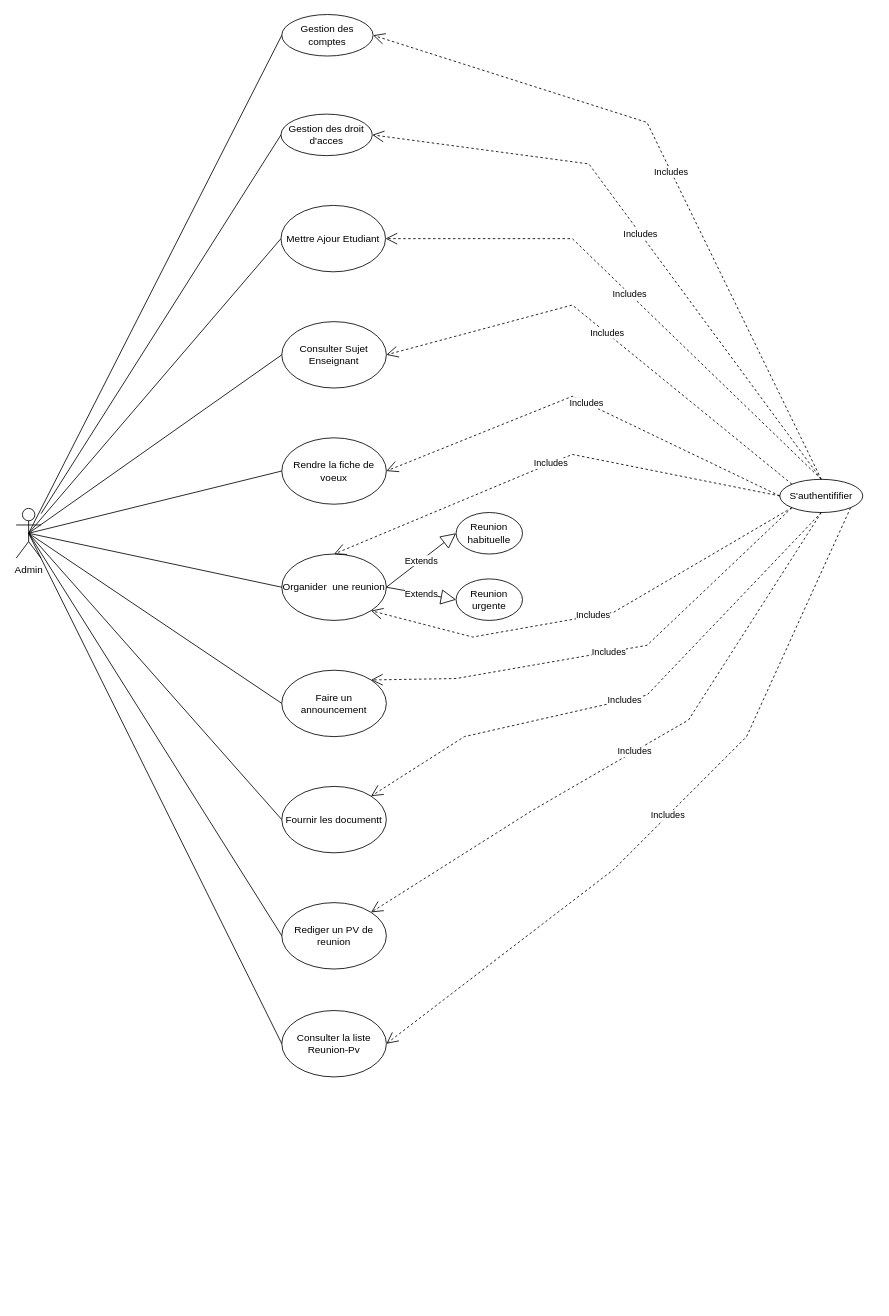
The draw.io diagram diagrams/useCasesAdmin.drawio in stormsidali2001/PFE_third_year_school_project_front, before the edit. Source tidied: cells renumbered, new cells numbered last; positions are measured from the earlier drawing's top-left corner, leaving out a move shared by most shapes. Both pictures are drawn from the tidied source at 83%, with x=0, y=0 at pixel (16, 14).
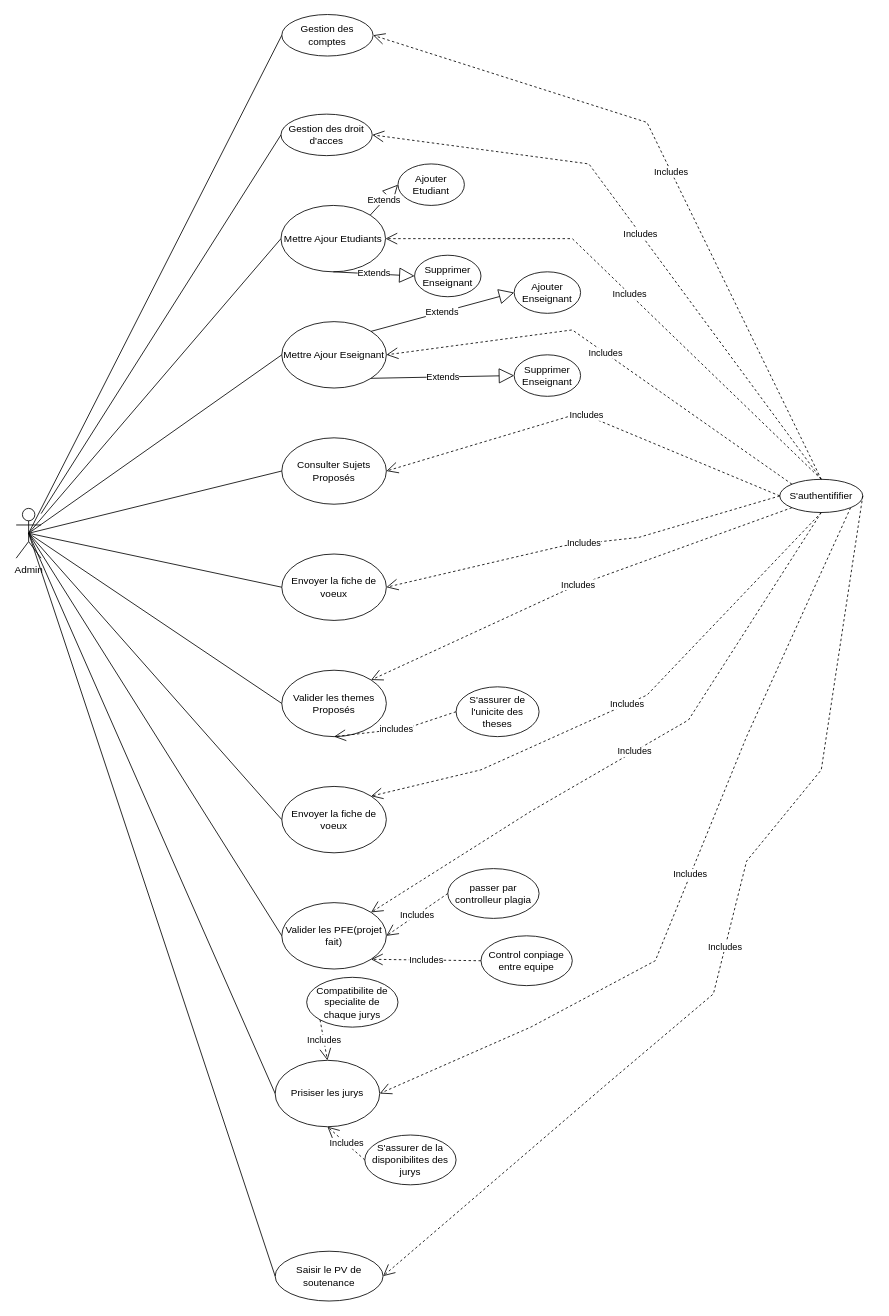
The same diagram, later.

Unchanged cells that the change refers to:
```xml
<mxCell id="2" value="Admin&lt;br&gt;" style="shape=umlActor;verticalLabelPosition=bottom;verticalAlign=top;html=1;outlineConnect=0;" parent="1" vertex="1">
  <mxGeometry y="595" width="30" height="60" as="geometry" />
</mxCell>
<mxCell id="27" value="S'authentififier" style="ellipse;whiteSpace=wrap;html=1;" parent="1" vertex="1">
  <mxGeometry x="920" y="560" width="100" height="40" as="geometry" />
</mxCell>
```

The edit, as a diff of the source:
```diff
@@
-    <mxCell id="5" value="Mettre Ajour Etudiant" style="ellipse;whiteSpace=wrap;html=1;" parent="1" vertex="1">
+    <mxCell id="5" value="Mettre Ajour Etudiants" style="ellipse;whiteSpace=wrap;html=1;" parent="1" vertex="1">
       <mxGeometry x="319" y="230" width="126" height="80" as="geometry" />
     </mxCell>
-    <mxCell id="6" value="Consulter Sujet Enseignant" style="ellipse;whiteSpace=wrap;html=1;" parent="1" vertex="1">
+    <mxCell id="6" value="Mettre Ajour Eseignant" style="ellipse;whiteSpace=wrap;html=1;" parent="1" vertex="1">
       <mxGeometry x="320" y="370" width="126" height="80" as="geometry" />
     </mxCell>
-    <mxCell id="7" value="Rendre la fiche de voeux" style="ellipse;whiteSpace=wrap;html=1;" parent="1" vertex="1">
+    <mxCell id="7" value="Consulter Sujets Proposés" style="ellipse;whiteSpace=wrap;html=1;" parent="1" vertex="1">
       <mxGeometry x="320" y="510" width="126" height="80" as="geometry" />
     </mxCell>
-    <mxCell id="8" value="Organider&amp;nbsp; une reunion" style="ellipse;whiteSpace=wrap;html=1;" parent="1" vertex="1">
+    <mxCell id="8" value="Envoyer la fiche de voeux" style="ellipse;whiteSpace=wrap;html=1;" parent="1" vertex="1">
       <mxGeometry x="320" y="650" width="126" height="80" as="geometry" />
     </mxCell>
-    <mxCell id="9" value="Reunion urgente" style="ellipse;whiteSpace=wrap;html=1;" parent="1" vertex="1">
-      <mxGeometry x="530" y="680" width="80" height="50" as="geometry" />
-    </mxCell>
-    <mxCell id="10" value="Extends" style="endArrow=block;endSize=16;endFill=0;html=1;rounded=0;exitX=1;exitY=0.5;exitDx=0;exitDy=0;entryX=0;entryY=0.5;entryDx=0;entryDy=0;" parent="1" edge="1" source="8" target="12">
-      <mxGeometry relative="1" as="geometry" />
-    </mxCell>
-    <mxCell id="11" value="Extends" style="endArrow=block;endSize=16;endFill=0;html=1;rounded=0;exitX=1;exitY=0.5;exitDx=0;exitDy=0;entryX=0;entryY=0.5;entryDx=0;entryDy=0;" parent="1" edge="1" source="8" target="9">
-      <mxGeometry relative="1" as="geometry" />
-    </mxCell>
-    <mxCell id="12" value="Reunion habituelle" style="ellipse;whiteSpace=wrap;html=1;" parent="1" vertex="1">
-      <mxGeometry x="530" y="600" width="80" height="50" as="geometry" />
-    </mxCell>
-    <mxCell id="13" value="Faire un announcement" style="ellipse;whiteSpace=wrap;html=1;" parent="1" vertex="1">
+    <mxCell id="13" value="Valider les themes Proposés" style="ellipse;whiteSpace=wrap;html=1;" parent="1" vertex="1">
       <mxGeometry x="320" y="790" width="126" height="80" as="geometry" />
     </mxCell>
-    <mxCell id="14" value="Fournir les documentt" style="ellipse;whiteSpace=wrap;html=1;" parent="1" vertex="1">
+    <mxCell id="14" value="Envoyer la fiche de voeux" style="ellipse;whiteSpace=wrap;html=1;" parent="1" vertex="1">
       <mxGeometry x="320" y="930" width="126" height="80" as="geometry" />
     </mxCell>
-    <mxCell id="15" value="Rediger un PV de reunion" style="ellipse;whiteSpace=wrap;html=1;" parent="1" vertex="1">
+    <mxCell id="15" value="Valider les PFE(projet fait)" style="ellipse;whiteSpace=wrap;html=1;" parent="1" vertex="1">
       <mxGeometry x="320" y="1070" width="126" height="80" as="geometry" />
     </mxCell>
-    <mxCell id="16" value="Consulter la liste Reunion-Pv" style="ellipse;whiteSpace=wrap;html=1;" parent="1" vertex="1">
-      <mxGeometry x="320" y="1200" width="126" height="80" as="geometry" />
+    <mxCell id="16" value="Prisiser les jurys" style="ellipse;whiteSpace=wrap;html=1;" parent="1" vertex="1">
+      <mxGeometry x="312" y="1260" width="126" height="80" as="geometry" />
     </mxCell>
@@
     <mxCell id="31" value="Includes" style="endArrow=open;endSize=12;dashed=1;html=1;rounded=0;entryX=1;entryY=0.5;entryDx=0;entryDy=0;exitX=0;exitY=0;exitDx=0;exitDy=0;" parent="1" edge="1" source="27" target="6">
       <mxGeometry relative="1" as="geometry">
         <Array as="points">
-          <mxPoint x="670" y="350" />
+          <mxPoint x="670" y="380" />
         </Array>
       </mxGeometry>
     </mxCell>
     <mxCell id="32" value="Includes" style="endArrow=open;endSize=12;dashed=1;html=1;rounded=0;entryX=1;entryY=0.5;entryDx=0;entryDy=0;exitX=0;exitY=0.5;exitDx=0;exitDy=0;" parent="1" edge="1" source="27" target="7">
       <mxGeometry relative="1" as="geometry">
         <Array as="points">
-          <mxPoint x="670" y="460" />
+          <mxPoint x="680" y="480" />
         </Array>
       </mxGeometry>
     </mxCell>
-    <mxCell id="33" value="Includes" style="endArrow=open;endSize=12;dashed=1;html=1;rounded=0;entryX=0.5;entryY=0;entryDx=0;entryDy=0;exitX=0;exitY=0.5;exitDx=0;exitDy=0;" parent="1" edge="1" source="27" target="8">
+    <mxCell id="33" value="Includes" style="endArrow=open;endSize=12;dashed=1;html=1;rounded=0;entryX=1;entryY=0.5;entryDx=0;entryDy=0;exitX=0;exitY=0.5;exitDx=0;exitDy=0;" parent="1" edge="1" source="27" target="8">
       <mxGeometry relative="1" as="geometry">
         <Array as="points">
-          <mxPoint x="670" y="530" />
+          <mxPoint x="750" y="630" />
+          <mxPoint x="660" y="640" />
         </Array>
       </mxGeometry>
     </mxCell>
-    <mxCell id="34" value="Includes" style="endArrow=open;endSize=12;dashed=1;html=1;rounded=0;entryX=1;entryY=1;entryDx=0;entryDy=0;exitX=0;exitY=1;exitDx=0;exitDy=0;" parent="1" edge="1" source="27" target="8">
-      <mxGeometry relative="1" as="geometry">
-        <Array as="points">
-          <mxPoint x="720" y="720" />
-          <mxPoint x="550" y="750" />
-        </Array>
-      </mxGeometry>
-    </mxCell>
     <mxCell id="35" value="Includes" style="endArrow=open;endSize=12;dashed=1;html=1;rounded=0;entryX=1;entryY=0;entryDx=0;entryDy=0;exitX=0;exitY=1;exitDx=0;exitDy=0;" parent="1" edge="1" source="27" target="13">
       <mxGeometry relative="1" as="geometry">
         <Array as="points">
-          <mxPoint x="760" y="760" />
-          <mxPoint x="530" y="800" />
+          <mxPoint x="670" y="690" />
         </Array>
       </mxGeometry>
     </mxCell>
     <mxCell id="36" value="Includes" style="endArrow=open;endSize=12;dashed=1;html=1;rounded=0;entryX=1;entryY=0;entryDx=0;entryDy=0;exitX=0.5;exitY=1;exitDx=0;exitDy=0;" parent="1" edge="1" source="27" target="14">
       <mxGeometry relative="1" as="geometry">
         <Array as="points">
           <mxPoint x="760" y="820" />
-          <mxPoint x="540" y="870" />
+          <mxPoint x="560" y="910" />
         </Array>
       </mxGeometry>
     </mxCell>
@@
     <mxCell id="38" value="Includes" style="endArrow=open;endSize=12;dashed=1;html=1;rounded=0;entryX=1;entryY=0.5;entryDx=0;entryDy=0;exitX=1;exitY=1;exitDx=0;exitDy=0;" parent="1" edge="1" source="27" target="16">
       <mxGeometry relative="1" as="geometry">
         <Array as="points">
           <mxPoint x="880" y="870" />
-          <mxPoint x="720" y="1030" />
+          <mxPoint x="770" y="1140" />
+          <mxPoint x="620" y="1220" />
         </Array>
       </mxGeometry>
     </mxCell>
+    <mxCell id="39" value="Extends" style="endArrow=block;endSize=16;endFill=0;html=1;rounded=0;exitX=1;exitY=0;exitDx=0;exitDy=0;entryX=0;entryY=0.5;entryDx=0;entryDy=0;" parent="1" edge="1" source="6" target="40">
+      <mxGeometry relative="1" as="geometry" />
+    </mxCell>
+    <mxCell id="40" value="Ajouter Enseignant" style="ellipse;whiteSpace=wrap;html=1;" parent="1" vertex="1">
+      <mxGeometry x="600" y="310" width="80" height="50" as="geometry" />
+    </mxCell>
+    <mxCell id="41" value="Extends" style="endArrow=block;endSize=16;endFill=0;html=1;rounded=0;exitX=1;exitY=1;exitDx=0;exitDy=0;entryX=0;entryY=0.5;entryDx=0;entryDy=0;" parent="1" edge="1" source="6" target="42">
+      <mxGeometry relative="1" as="geometry" />
+    </mxCell>
+    <mxCell id="42" value="Supprimer Enseignant" style="ellipse;whiteSpace=wrap;html=1;" parent="1" vertex="1">
+      <mxGeometry x="600" y="410" width="80" height="50" as="geometry" />
+    </mxCell>
+    <mxCell id="43" value="Extends" style="endArrow=block;endSize=16;endFill=0;html=1;rounded=0;exitX=1;exitY=0;exitDx=0;exitDy=0;entryX=0;entryY=0.5;entryDx=0;entryDy=0;" parent="1" edge="1" source="5" target="44">
+      <mxGeometry relative="1" as="geometry" />
+    </mxCell>
+    <mxCell id="44" value="Ajouter Etudiant" style="ellipse;whiteSpace=wrap;html=1;" parent="1" vertex="1">
+      <mxGeometry x="460" y="180" width="80" height="50" as="geometry" />
+    </mxCell>
+    <mxCell id="45" value="Extends" style="endArrow=block;endSize=16;endFill=0;html=1;rounded=0;exitX=0.5;exitY=1;exitDx=0;exitDy=0;entryX=0;entryY=0.5;entryDx=0;entryDy=0;" parent="1" edge="1" source="5" target="46">
+      <mxGeometry relative="1" as="geometry" />
+    </mxCell>
+    <mxCell id="46" value="Supprimer Enseignant" style="ellipse;whiteSpace=wrap;html=1;" parent="1" vertex="1">
+      <mxGeometry x="480" y="290" width="80" height="50" as="geometry" />
+    </mxCell>
+    <mxCell id="47" value="S'assurer de l'unicite des theses" style="ellipse;whiteSpace=wrap;html=1;" parent="1" vertex="1">
+      <mxGeometry x="530" y="810" width="100" height="60" as="geometry" />
+    </mxCell>
+    <mxCell id="48" value="includes" style="endArrow=open;endSize=12;dashed=1;html=1;rounded=0;entryX=0.5;entryY=1;entryDx=0;entryDy=0;exitX=0;exitY=0.5;exitDx=0;exitDy=0;" parent="1" edge="1" source="47" target="13">
+      <mxGeometry relative="1" as="geometry">
+        <Array as="points">
+          <mxPoint x="470" y="860" />
+        </Array>
+      </mxGeometry>
+    </mxCell>
+    <mxCell id="49" value="passer par controlleur plagia" style="ellipse;whiteSpace=wrap;html=1;" parent="1" vertex="1">
+      <mxGeometry x="520" y="1029" width="110" height="60" as="geometry" />
+    </mxCell>
+    <mxCell id="50" value="Includes" style="endArrow=open;endSize=12;dashed=1;html=1;rounded=0;entryX=1;entryY=0.5;entryDx=0;entryDy=0;exitX=0;exitY=0.5;exitDx=0;exitDy=0;" parent="1" edge="1" source="49" target="15">
+      <mxGeometry relative="1" as="geometry" />
+    </mxCell>
+    <mxCell id="51" value="Control conpiage entre equipe" style="ellipse;whiteSpace=wrap;html=1;" parent="1" vertex="1">
+      <mxGeometry x="560" y="1110" width="110" height="60" as="geometry" />
+    </mxCell>
+    <mxCell id="52" value="Includes" style="endArrow=open;endSize=12;dashed=1;html=1;rounded=0;entryX=1;entryY=1;entryDx=0;entryDy=0;exitX=0;exitY=0.5;exitDx=0;exitDy=0;" parent="1" edge="1" source="51" target="15">
+      <mxGeometry relative="1" as="geometry" />
+    </mxCell>
+    <mxCell id="53" value="S'assurer de la disponibilites des jurys" style="ellipse;whiteSpace=wrap;html=1;" parent="1" vertex="1">
+      <mxGeometry x="420" y="1350" width="110" height="60" as="geometry" />
+    </mxCell>
+    <mxCell id="54" value="Includes" style="endArrow=open;endSize=12;dashed=1;html=1;rounded=0;entryX=0.5;entryY=1;entryDx=0;entryDy=0;exitX=0;exitY=0.5;exitDx=0;exitDy=0;" parent="1" edge="1" source="53" target="16">
+      <mxGeometry relative="1" as="geometry" />
+    </mxCell>
+    <mxCell id="55" value="Compatibilite de specialite de chaque jurys" style="ellipse;whiteSpace=wrap;html=1;" parent="1" vertex="1">
+      <mxGeometry x="350" y="1160" width="110" height="60" as="geometry" />
+    </mxCell>
+    <mxCell id="56" value="Includes" style="endArrow=open;endSize=12;dashed=1;html=1;rounded=0;entryX=0.5;entryY=0;entryDx=0;entryDy=0;exitX=0;exitY=1;exitDx=0;exitDy=0;" parent="1" edge="1" source="55" target="16">
+      <mxGeometry relative="1" as="geometry" />
+    </mxCell>
+    <mxCell id="57" value="Saisir le PV de soutenance" style="ellipse;whiteSpace=wrap;html=1;" parent="1" vertex="1">
+      <mxGeometry x="312" y="1490" width="130" height="60" as="geometry" />
+    </mxCell>
+    <mxCell id="58" value="Includes" style="endArrow=open;endSize=12;dashed=1;html=1;rounded=0;entryX=1;entryY=0.5;entryDx=0;entryDy=0;exitX=1;exitY=0.5;exitDx=0;exitDy=0;" parent="1" edge="1" source="27" target="57">
+      <mxGeometry relative="1" as="geometry">
+        <Array as="points">
+          <mxPoint x="970" y="910" />
+          <mxPoint x="880" y="1020" />
+          <mxPoint x="840" y="1180" />
+          <mxPoint x="710" y="1290" />
+        </Array>
+      </mxGeometry>
+    </mxCell>
+    <mxCell id="59" style="edgeStyle=none;html=1;endArrow=none;verticalAlign=bottom;rounded=0;entryX=0;entryY=0.5;entryDx=0;entryDy=0;exitX=0.5;exitY=0.5;exitDx=0;exitDy=0;exitPerimeter=0;" parent="1" edge="1" source="2" target="57">
+      <mxGeometry relative="1" as="geometry" />
+    </mxCell>
```
